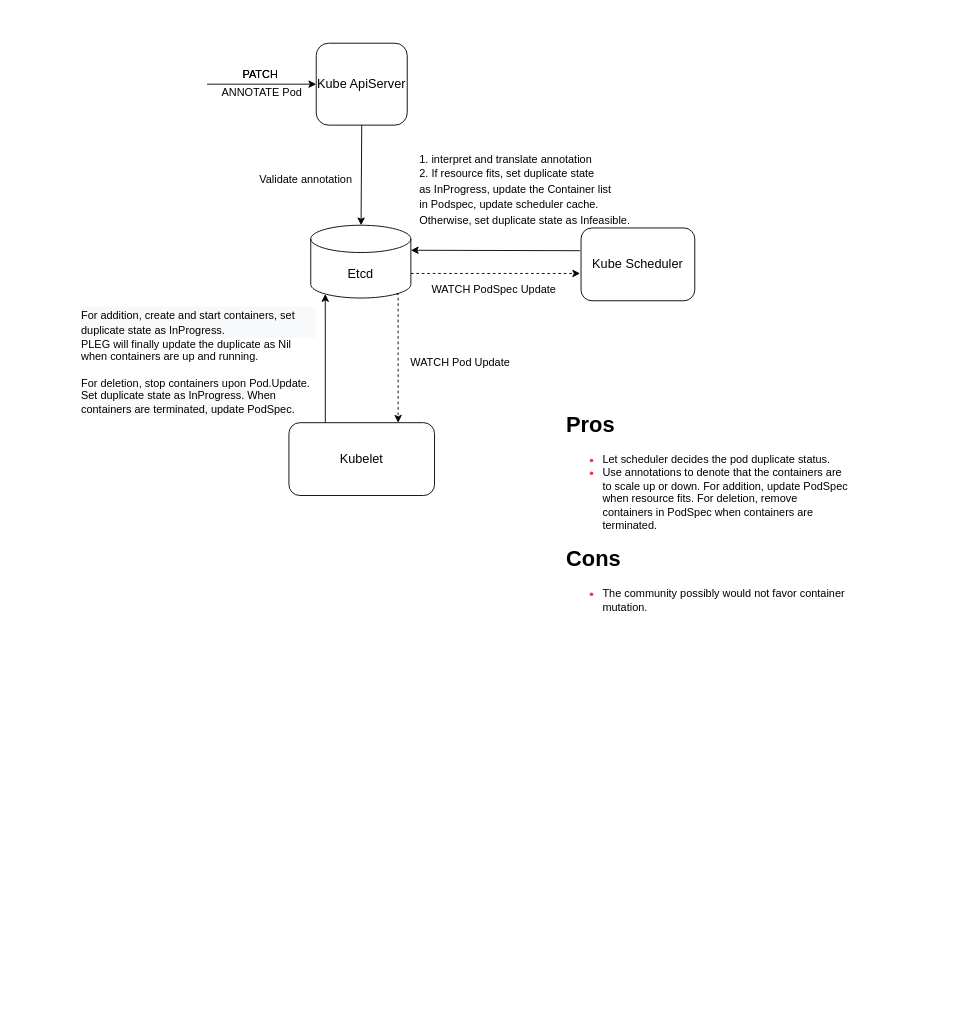
The draw.io diagram page "annotation" (2 of 4) of Untitled Diagram.drawio in ichbinblau/OTC_Work_Log, before the edit. Source tidied: cells renumbered, new cells numbered last; positions are measured from the earlier drawing's top-left corner, leaving out a move shared by most shapes. Both pictures are drawn from the tidied source at 91%, with x=0, y=0 at pixel (79, 43).
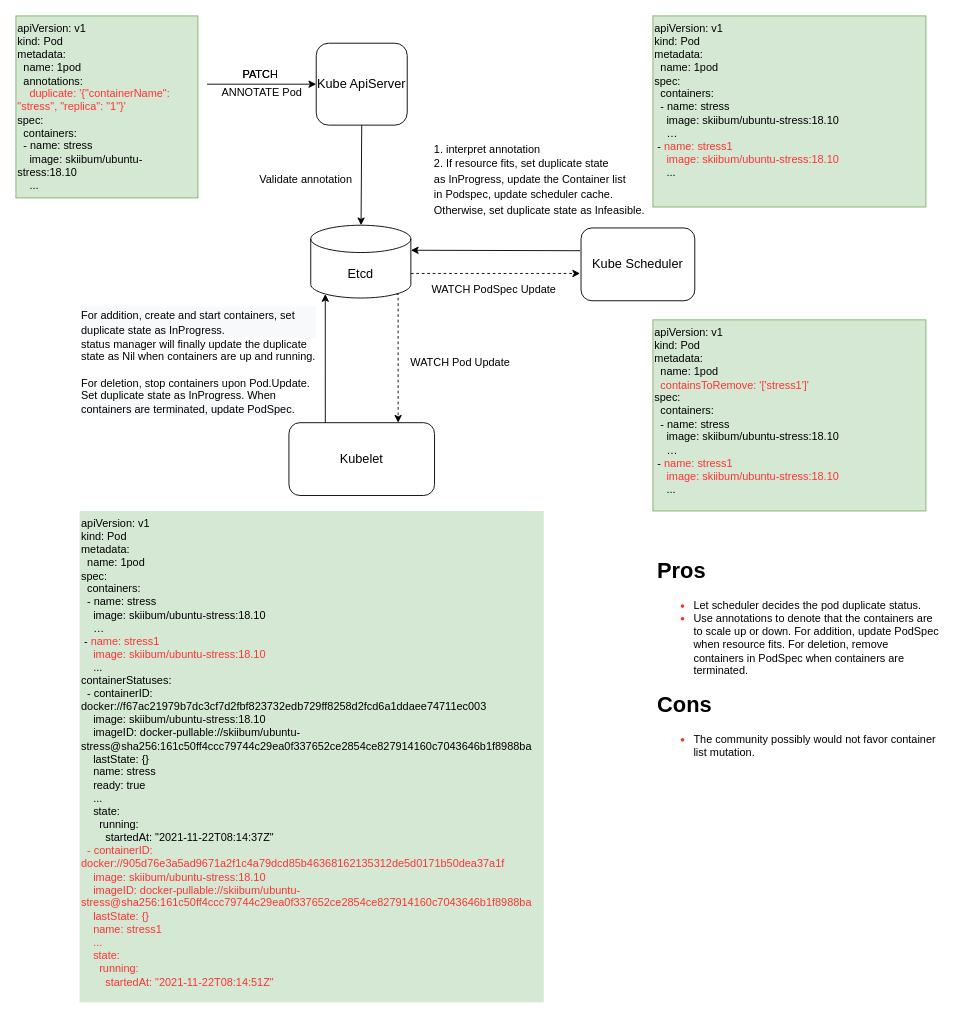
The same diagram, later.

Change to the diagram source:
```diff
@@
-    <mxCell id="12" value="&lt;div style=&quot;text-align: left&quot;&gt;&lt;span style=&quot;font-size: 12px&quot;&gt;1. interpret and translate annotation&lt;/span&gt;&lt;/div&gt;&lt;div style=&quot;text-align: left&quot;&gt;&lt;span style=&quot;font-size: 12px&quot;&gt;2.&amp;nbsp;&lt;/span&gt;&lt;span style=&quot;font-size: 12px&quot;&gt;If resource fits, set duplicate state&amp;nbsp;&lt;/span&gt;&lt;/div&gt;&lt;div style=&quot;text-align: left&quot;&gt;&lt;span style=&quot;font-size: 12px&quot;&gt;as InProgress, update the Container list&amp;nbsp;&lt;/span&gt;&lt;/div&gt;&lt;div style=&quot;text-align: left&quot;&gt;&lt;span style=&quot;font-size: 12px&quot;&gt;in Podspec, update scheduler cache.&lt;/span&gt;&lt;/div&gt;&lt;div style=&quot;text-align: left&quot;&gt;&lt;span style=&quot;font-size: 12px&quot;&gt;Otherwise, set duplicate state as Infeasible.&lt;/span&gt;&lt;/div&gt;" style="text;html=1;align=center;verticalAlign=middle;fillColor=none;strokeColor=none;rounded=0;fontFamily=Helvetica;fontSize=14;" parent="1" vertex="1">
-      <mxGeometry x="364" y="110" width="250" height="100" as="geometry" />
+    <mxCell id="12" value="&lt;div style=&quot;text-align: left&quot;&gt;&lt;span style=&quot;font-size: 12px&quot;&gt;1. interpret annotation&lt;/span&gt;&lt;/div&gt;&lt;div style=&quot;text-align: left&quot;&gt;&lt;span style=&quot;font-size: 12px&quot;&gt;2.&amp;nbsp;&lt;/span&gt;&lt;span style=&quot;font-size: 12px&quot;&gt;If resource fits, set duplicate state&amp;nbsp;&lt;/span&gt;&lt;/div&gt;&lt;div style=&quot;text-align: left&quot;&gt;&lt;span style=&quot;font-size: 12px&quot;&gt;as InProgress, update the Container list&amp;nbsp;&lt;/span&gt;&lt;/div&gt;&lt;div style=&quot;text-align: left&quot;&gt;&lt;span style=&quot;font-size: 12px&quot;&gt;in Podspec, update scheduler cache.&lt;/span&gt;&lt;/div&gt;&lt;div style=&quot;text-align: left&quot;&gt;&lt;span style=&quot;font-size: 12px&quot;&gt;Otherwise, set duplicate state as Infeasible.&lt;/span&gt;&lt;/div&gt;" style="text;html=1;align=center;verticalAlign=middle;fillColor=none;strokeColor=none;rounded=0;fontFamily=Helvetica;fontSize=14;" parent="1" vertex="1">
+      <mxGeometry x="380" y="104" width="250" height="90" as="geometry" />
     </mxCell>
@@
-    <mxCell id="19" value="&lt;div style=&quot;color: rgb(0 , 0 , 0) ; font-family: &amp;#34;helvetica&amp;#34; ; font-size: 14px ; font-style: normal ; font-weight: 400 ; letter-spacing: normal ; text-indent: 0px ; text-transform: none ; word-spacing: 0px ; background-color: rgb(248 , 249 , 250) ; text-align: left&quot;&gt;&lt;span style=&quot;font-size: 12px&quot;&gt;For addition, create and start containers,&amp;nbsp;&lt;/span&gt;&lt;span style=&quot;font-size: 12px&quot;&gt;set duplicate state as InProgress.&lt;/span&gt;&lt;/div&gt;&lt;font style=&quot;color: rgb(0 , 0 , 0) ; font-family: &amp;#34;helvetica&amp;#34; ; font-style: normal ; font-weight: 400 ; letter-spacing: normal ; text-align: center ; text-indent: 0px ; text-transform: none ; word-spacing: 0px ; background-color: rgb(248 , 249 , 250) ; font-size: 12px&quot;&gt;&lt;div style=&quot;text-align: left&quot;&gt;PLEG will finally update the duplicate as Nil&lt;/div&gt;&lt;div style=&quot;text-align: left&quot;&gt;when containers are up and running.&lt;/div&gt;&lt;div style=&quot;text-align: left&quot;&gt;&lt;br&gt;&lt;/div&gt;&lt;div style=&quot;text-align: left&quot;&gt;For deletion, stop containers upon Pod.Update.&lt;/div&gt;&lt;span style=&quot;text-align: left&quot;&gt;Set duplicate state as InProgress. When containers are terminated, update PodSpec.&lt;/span&gt;&lt;div style=&quot;text-align: left&quot;&gt;&amp;nbsp;&lt;/div&gt;&lt;/font&gt;" style="text;whiteSpace=wrap;html=1;fontSize=12;fontFamily=Helvetica;fontColor=#000000;" parent="1" vertex="1">
+    <mxCell id="19" value="&lt;div style=&quot;color: rgb(0 , 0 , 0) ; font-family: &amp;#34;helvetica&amp;#34; ; font-size: 14px ; font-style: normal ; font-weight: 400 ; letter-spacing: normal ; text-indent: 0px ; text-transform: none ; word-spacing: 0px ; background-color: rgb(248 , 249 , 250) ; text-align: left&quot;&gt;&lt;span style=&quot;font-size: 12px&quot;&gt;For addition, create and start containers,&amp;nbsp;&lt;/span&gt;&lt;span style=&quot;font-size: 12px&quot;&gt;set duplicate state as InProgress.&lt;/span&gt;&lt;/div&gt;&lt;font style=&quot;color: rgb(0 , 0 , 0) ; font-family: &amp;#34;helvetica&amp;#34; ; font-style: normal ; font-weight: 400 ; letter-spacing: normal ; text-align: center ; text-indent: 0px ; text-transform: none ; word-spacing: 0px ; background-color: rgb(248 , 249 , 250) ; font-size: 12px&quot;&gt;&lt;div style=&quot;text-align: left&quot;&gt;status manager will finally update the duplicate state as Nil when containers are up and running.&lt;/div&gt;&lt;div style=&quot;text-align: left&quot;&gt;&lt;br&gt;&lt;/div&gt;&lt;div style=&quot;text-align: left&quot;&gt;For deletion, stop containers upon Pod.Update.&lt;/div&gt;&lt;span style=&quot;text-align: left&quot;&gt;Set duplicate state as InProgress. When containers are terminated, update PodSpec.&lt;/span&gt;&lt;div style=&quot;text-align: left&quot;&gt;&amp;nbsp;&lt;/div&gt;&lt;/font&gt;" style="text;whiteSpace=wrap;html=1;fontSize=12;fontFamily=Helvetica;fontColor=#000000;" parent="1" vertex="1">
       <mxGeometry y="283" width="260" height="137" as="geometry" />
     </mxCell>
-    <mxCell id="20" value="&lt;h1&gt;&lt;font color=&quot;#000000&quot;&gt;Pros&lt;/font&gt;&lt;/h1&gt;&lt;p&gt;&lt;/p&gt;&lt;ul&gt;&lt;li&gt;&lt;font color=&quot;#000000&quot;&gt;Let scheduler decides&amp;nbsp;the pod duplicate status.&amp;nbsp;&lt;/font&gt;&lt;/li&gt;&lt;li&gt;&lt;font color=&quot;#000000&quot;&gt;Use annotations to denote that the containers are to scale up or down. For addition, update PodSpec when resource fits. For deletion, remove containers in PodSpec when containers are terminated.&amp;nbsp;&amp;nbsp;&lt;/font&gt;&lt;/li&gt;&lt;/ul&gt;&lt;p&gt;&lt;/p&gt;&lt;h1&gt;&lt;font color=&quot;#000000&quot;&gt;Cons&lt;/font&gt;&lt;/h1&gt;&lt;p&gt;&lt;/p&gt;&lt;ul&gt;&lt;li&gt;&lt;font color=&quot;#000000&quot;&gt;The community possibly would not favor container mutation.&amp;nbsp;&lt;/font&gt;&lt;/li&gt;&lt;/ul&gt;&lt;p&gt;&lt;/p&gt;" style="text;html=1;strokeColor=none;fillColor=none;spacing=5;spacingTop=-20;whiteSpace=wrap;overflow=hidden;rounded=0;fontFamily=Helvetica;fontSize=12;fontColor=#FF3333;align=left;" parent="1" vertex="1">
-      <mxGeometry x="530" y="400" width="320" height="280" as="geometry" />
+    <mxCell id="20" value="&lt;h1&gt;&lt;font color=&quot;#000000&quot;&gt;Pros&lt;/font&gt;&lt;/h1&gt;&lt;p&gt;&lt;/p&gt;&lt;ul&gt;&lt;li&gt;&lt;font color=&quot;#000000&quot;&gt;Let scheduler decides&amp;nbsp;the pod duplicate status.&amp;nbsp;&lt;/font&gt;&lt;/li&gt;&lt;li&gt;&lt;font color=&quot;#000000&quot;&gt;Use annotations to denote that the containers are to scale up or down. For addition, update PodSpec when resource fits. For deletion, remove containers in PodSpec when containers are terminated.&amp;nbsp;&amp;nbsp;&lt;/font&gt;&lt;/li&gt;&lt;/ul&gt;&lt;p&gt;&lt;/p&gt;&lt;h1&gt;&lt;font color=&quot;#000000&quot;&gt;Cons&lt;/font&gt;&lt;/h1&gt;&lt;p&gt;&lt;/p&gt;&lt;ul&gt;&lt;li&gt;&lt;font color=&quot;#000000&quot;&gt;The community possibly would not favor container list mutation.&amp;nbsp;&lt;/font&gt;&lt;/li&gt;&lt;/ul&gt;&lt;p&gt;&lt;/p&gt;" style="text;html=1;strokeColor=none;fillColor=none;spacing=5;spacingTop=-20;whiteSpace=wrap;overflow=hidden;rounded=0;fontFamily=Helvetica;fontSize=12;fontColor=#FF3333;align=left;" parent="1" vertex="1">
+      <mxGeometry x="630" y="560" width="320" height="280" as="geometry" />
     </mxCell>
+    <mxCell id="21" value="&lt;div&gt;apiVersion: v1&lt;/div&gt;&lt;div&gt;kind: Pod&lt;/div&gt;&lt;div&gt;metadata:&lt;/div&gt;&lt;div&gt;&amp;nbsp; name: 1pod&lt;/div&gt;&lt;div&gt;&amp;nbsp; annotations:&lt;/div&gt;&lt;div&gt;&lt;font color=&quot;#ff3333&quot;&gt;&amp;nbsp; &amp;nbsp; duplicate: '{&quot;containerName&quot;: &quot;stress&quot;, &quot;replica&quot;: &quot;1&quot;}'&lt;/font&gt;&lt;/div&gt;&lt;div&gt;spec:&lt;/div&gt;&lt;div&gt;&amp;nbsp; containers:&lt;/div&gt;&lt;div&gt;&amp;nbsp; - name: stress&lt;/div&gt;&lt;div&gt;&amp;nbsp; &amp;nbsp; image: skiibum/ubuntu-stress:18.10&lt;/div&gt;&lt;div&gt;&amp;nbsp; &amp;nbsp; ...&lt;/div&gt;" style="rounded=0;whiteSpace=wrap;html=1;fontFamily=Helvetica;fontSize=12;align=left;fillColor=#d5e8d4;strokeColor=#82b366;" parent="1" vertex="1">
+      <mxGeometry x="-70" y="-30" width="200" height="200" as="geometry" />
+    </mxCell>
+    <mxCell id="22" value="apiVersion: v1&lt;br&gt;kind: Pod&lt;br&gt;metadata:&lt;br&gt;&amp;nbsp; name: 1pod&lt;font color=&quot;#ff3333&quot;&gt;&lt;br&gt;&lt;/font&gt;spec:&lt;br&gt;&amp;nbsp; containers:&lt;br&gt;&amp;nbsp; - name: stress&lt;br&gt;&amp;nbsp; &amp;nbsp; image: skiibum/ubuntu-stress:18.10&lt;br&gt;&amp;nbsp; &amp;nbsp; …&lt;br&gt;&amp;nbsp;- &lt;font color=&quot;#ff3333&quot;&gt;name: stress1&lt;br&gt;&amp;nbsp; &amp;nbsp; image: skiibum/ubuntu-stress:18.10&lt;/font&gt;&lt;br&gt;&amp;nbsp; &amp;nbsp; ..." style="text;whiteSpace=wrap;html=1;fontSize=12;fontFamily=Helvetica;fillColor=#d5e8d4;strokeColor=#82b366;" parent="1" vertex="1">
+      <mxGeometry x="630" y="-30" width="300" height="210" as="geometry" />
+    </mxCell>
+    <mxCell id="23" value="apiVersion: v1&lt;br&gt;kind: Pod&lt;br&gt;metadata:&lt;br&gt;&amp;nbsp; name: 1pod&lt;br&gt;&lt;font color=&quot;#ff3333&quot;&gt;&amp;nbsp; containsToRemove: '['stress1']'&lt;br&gt;&lt;/font&gt;spec:&lt;br&gt;&amp;nbsp; containers:&lt;br&gt;&amp;nbsp; - name: stress&lt;br&gt;&amp;nbsp; &amp;nbsp; image: skiibum/ubuntu-stress:18.10&lt;br&gt;&amp;nbsp; &amp;nbsp; …&lt;br&gt;&amp;nbsp;- &lt;font color=&quot;#ff3333&quot;&gt;name: stress1&lt;br&gt;&amp;nbsp; &amp;nbsp; image: skiibum/ubuntu-stress:18.10&lt;/font&gt;&lt;br&gt;&amp;nbsp; &amp;nbsp; ..." style="text;whiteSpace=wrap;html=1;fontSize=12;fontFamily=Helvetica;fillColor=#d5e8d4;strokeColor=#82b366;" parent="1" vertex="1">
+      <mxGeometry x="630" y="304" width="300" height="210" as="geometry" />
+    </mxCell>
+    <mxCell id="24" value="apiVersion: v1&lt;br&gt;kind: Pod&lt;br&gt;metadata:&lt;br&gt;&amp;nbsp; name: 1pod&lt;font color=&quot;#ff3333&quot;&gt;&lt;br&gt;&lt;/font&gt;spec:&lt;br&gt;&amp;nbsp; containers:&lt;br&gt;&amp;nbsp; - name: stress&lt;br&gt;&amp;nbsp; &amp;nbsp; image: skiibum/ubuntu-stress:18.10&lt;br&gt;&amp;nbsp; &amp;nbsp; …&lt;br&gt;&amp;nbsp;- &lt;font color=&quot;#ff3333&quot;&gt;name: stress1&lt;br&gt;&amp;nbsp; &amp;nbsp; image: skiibum/ubuntu-stress:18.10&lt;/font&gt;&lt;br&gt;&amp;nbsp; &amp;nbsp; ...&lt;br&gt;&lt;div&gt;containerStatuses:&lt;/div&gt;&lt;div&gt;&amp;nbsp; - containerID: docker://f67ac21979b7dc3cf7d2fbf823732edb729ff8258d2fcd6a1ddaee74711ec003&lt;/div&gt;&lt;div&gt;&amp;nbsp; &amp;nbsp; image: skiibum/ubuntu-stress:18.10&lt;/div&gt;&lt;div&gt;&amp;nbsp; &amp;nbsp; imageID: docker-pullable://skiibum/ubuntu-stress@sha256:161c50ff4ccc79744c29ea0f337652ce2854ce827914160c7043646b1f8988ba&lt;/div&gt;&lt;div&gt;&amp;nbsp; &amp;nbsp; lastState: {}&lt;/div&gt;&lt;div&gt;&amp;nbsp; &amp;nbsp; name: stress&lt;/div&gt;&lt;div&gt;&amp;nbsp; &amp;nbsp; ready: true&lt;/div&gt;&lt;div&gt;&amp;nbsp; &amp;nbsp; ...&lt;/div&gt;&lt;div&gt;&amp;nbsp; &amp;nbsp; state:&lt;/div&gt;&lt;div&gt;&amp;nbsp; &amp;nbsp; &amp;nbsp; running:&lt;/div&gt;&lt;div&gt;&amp;nbsp; &amp;nbsp; &amp;nbsp; &amp;nbsp; startedAt: &quot;2021-11-22T08:14:37Z&quot;&lt;/div&gt;&lt;div&gt;&amp;nbsp;&lt;font color=&quot;#ff3333&quot;&gt; - containerID: docker://905d76e3a5ad9671a2f1c4a79dcd85b46368162135312de5d0171b50dea37a1f&lt;/font&gt;&lt;/div&gt;&lt;div&gt;&lt;font color=&quot;#ff3333&quot;&gt;&amp;nbsp; &amp;nbsp; image: skiibum/ubuntu-stress:18.10&lt;/font&gt;&lt;/div&gt;&lt;div&gt;&lt;font color=&quot;#ff3333&quot;&gt;&amp;nbsp; &amp;nbsp; imageID: docker-pullable://skiibum/ubuntu-stress@sha256:161c50ff4ccc79744c29ea0f337652ce2854ce827914160c7043646b1f8988ba&lt;/font&gt;&lt;/div&gt;&lt;div&gt;&lt;font color=&quot;#ff3333&quot;&gt;&amp;nbsp; &amp;nbsp; lastState: {}&lt;/font&gt;&lt;/div&gt;&lt;div&gt;&lt;font color=&quot;#ff3333&quot;&gt;&amp;nbsp; &amp;nbsp; name: stress1&lt;/font&gt;&lt;/div&gt;&lt;div&gt;&lt;font color=&quot;#ff3333&quot;&gt;&amp;nbsp; &amp;nbsp; ...&lt;/font&gt;&lt;/div&gt;&lt;div&gt;&lt;font color=&quot;#ff3333&quot;&gt;&amp;nbsp; &amp;nbsp; state:&lt;/font&gt;&lt;/div&gt;&lt;div&gt;&lt;font color=&quot;#ff3333&quot;&gt;&amp;nbsp; &amp;nbsp; &amp;nbsp; running:&lt;/font&gt;&lt;/div&gt;&lt;div&gt;&lt;font color=&quot;#ff3333&quot;&gt;&amp;nbsp; &amp;nbsp; &amp;nbsp; &amp;nbsp; startedAt: &quot;2021-11-22T08:14:51Z&quot;&lt;/font&gt;&lt;/div&gt;" style="text;whiteSpace=wrap;html=1;fontSize=12;fontFamily=Helvetica;fillColor=#d5e8d4;strokeColor=none;" parent="1" vertex="1">
+      <mxGeometry y="514" width="510" height="540" as="geometry" />
+    </mxCell>
```
